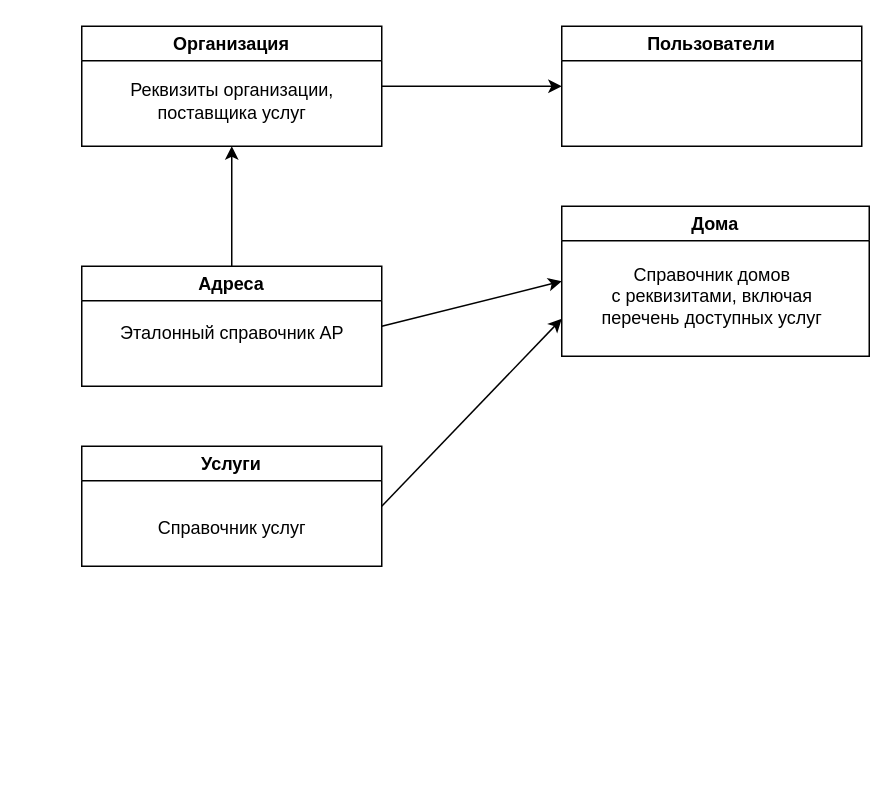
The draw.io diagram ERBill.drawio in mr-vic/billing, before the edit. Source tidied: cells renumbered, new cells numbered last; positions are measured from the earlier drawing's top-left corner, leaving out a move shared by most shapes. Both pictures are drawn from the tidied source at 150%, with x=0, y=0 at pixel (81, 26).
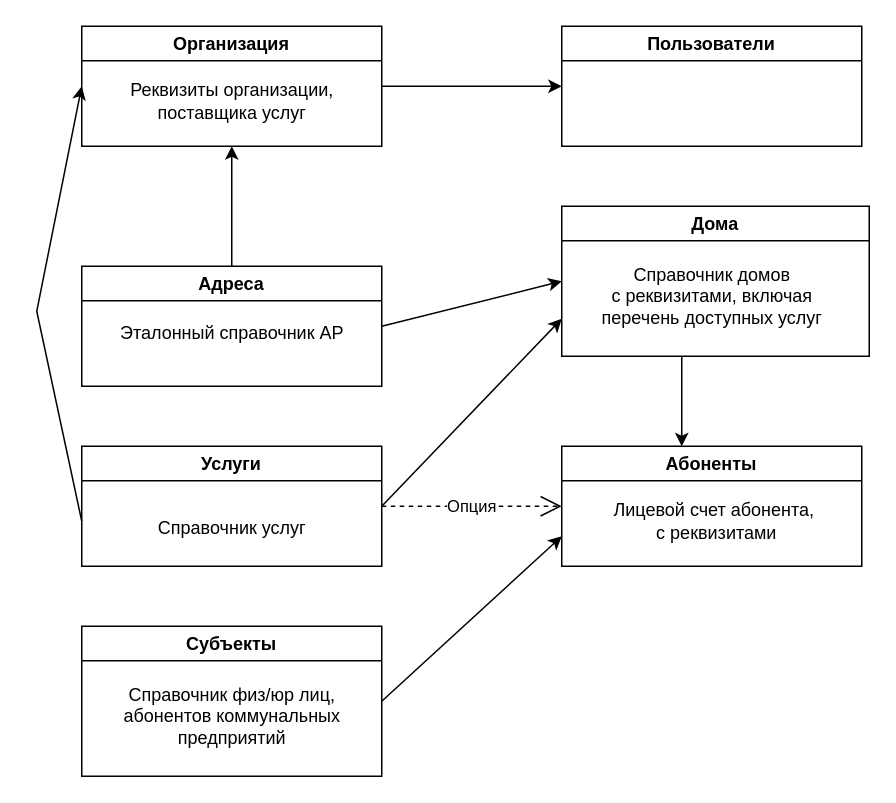
The same page after the edit.

Unchanged cells that the change refers to:
```xml
<mxCell id="2" value="Организация" style="swimlane;whiteSpace=wrap;html=1;" parent="1" vertex="1">
  <mxGeometry width="200" height="80" as="geometry" />
</mxCell>
<mxCell id="9" value="Услуги" style="swimlane;whiteSpace=wrap;html=1;" parent="1" vertex="1">
  <mxGeometry y="280" width="200" height="80" as="geometry" />
</mxCell>
```

Diff of the diagram source:
```diff
@@
+    <mxCell id="15" value="Субъекты" style="swimlane;whiteSpace=wrap;html=1;" parent="1" vertex="1">
+      <mxGeometry y="400" width="200" height="100" as="geometry" />
+    </mxCell>
+    <mxCell id="16" value="Справочник физ/юр лиц,&lt;br&gt;абонентов коммунальных &lt;br&gt;предприятий" style="text;html=1;align=center;verticalAlign=middle;strokeColor=none;fillColor=none;" parent="15" vertex="1">
+      <mxGeometry x="15" y="30" width="170" height="60" as="geometry" />
+    </mxCell>
+    <mxCell id="17" value="Абоненты" style="swimlane;whiteSpace=wrap;html=1;" parent="1" vertex="1">
+      <mxGeometry x="320" y="280" width="200" height="80" as="geometry" />
+    </mxCell>
+    <mxCell id="18" value="Лицевой счет абонента,&amp;nbsp;&lt;br&gt;с реквизитами" style="text;html=1;align=center;verticalAlign=middle;strokeColor=none;fillColor=none;" parent="17" vertex="1">
+      <mxGeometry x="22.5" y="30" width="160" height="40" as="geometry" />
+    </mxCell>
+    <mxCell id="19" style="endArrow=classic;html=1;rounded=0;exitX=1;exitY=0.5;exitDx=0;exitDy=0;entryX=0;entryY=0.75;entryDx=0;entryDy=0;" parent="1" edge="1" source="15" target="17">
+      <mxGeometry relative="1" as="geometry" />
+    </mxCell>
+    <mxCell id="20" style="endArrow=classic;html=1;rounded=0;" parent="1" edge="1">
+      <mxGeometry relative="1" as="geometry">
+        <mxPoint x="400" y="220" as="sourcePoint" />
+        <mxPoint x="400" y="280" as="targetPoint" />
+      </mxGeometry>
+    </mxCell>
+    <mxCell id="21" style="endArrow=classic;html=1;rounded=0;entryX=0;entryY=0.5;entryDx=0;entryDy=0;" parent="1" edge="1" target="2">
+      <mxGeometry relative="1" as="geometry">
+        <mxPoint y="330" as="sourcePoint" />
+        <Array as="points">
+          <mxPoint x="-30" y="190" />
+        </Array>
+      </mxGeometry>
+    </mxCell>
+    <mxCell id="22" value="Опция" style="endArrow=open;endSize=12;dashed=1;html=1;rounded=0;exitX=1;exitY=0.5;exitDx=0;exitDy=0;" parent="1" edge="1" source="9">
+      <mxGeometry relative="1" as="geometry">
+        <mxPoint x="320" y="320" as="targetPoint" />
+      </mxGeometry>
+    </mxCell>
```
